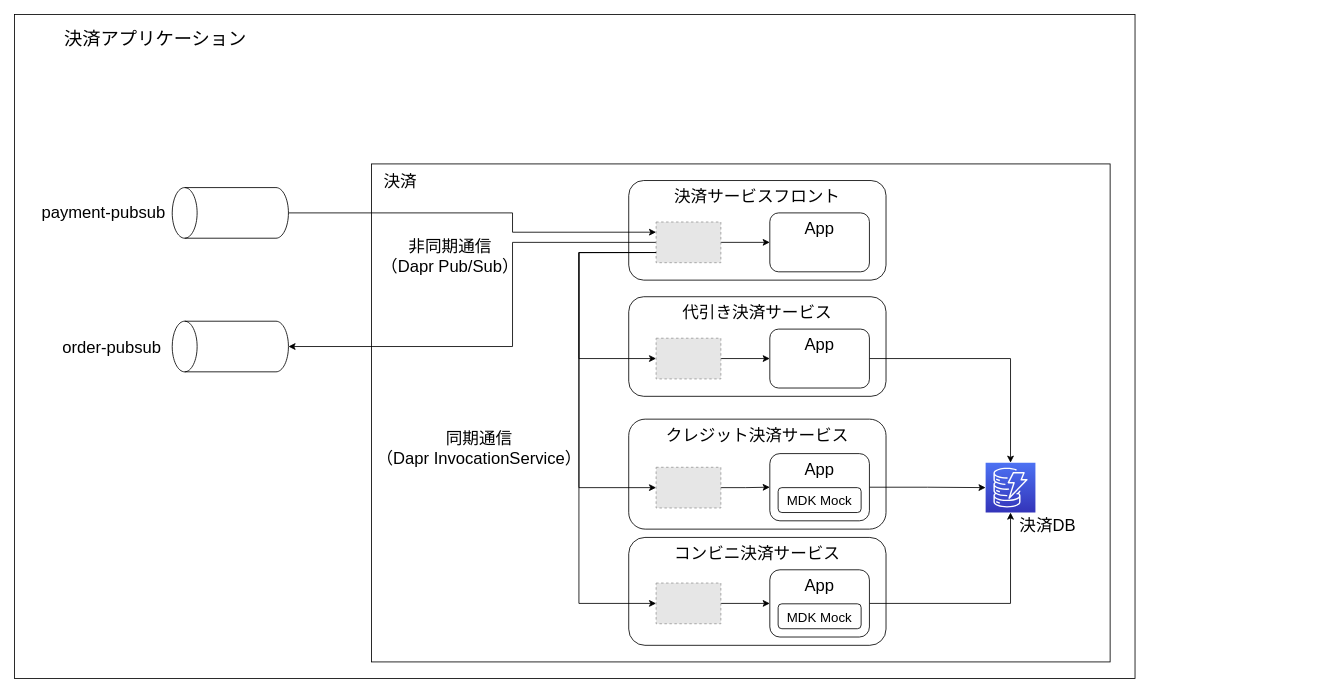
Above: page "current" (1 of 2) of architecture.drawio in nautible/nautible-app-ms-payment (draw.io), before the change. Source tidied: cells renumbered, new cells numbered last; positions are measured from the earlier drawing's top-left corner, leaving out a move shared by most shapes. Both pictures are drawn from the tidied source at 83%, with x=0, y=0 at pixel (14, 14). Pictures stored in the file or linked from it are replaced by grey dashed boxes.
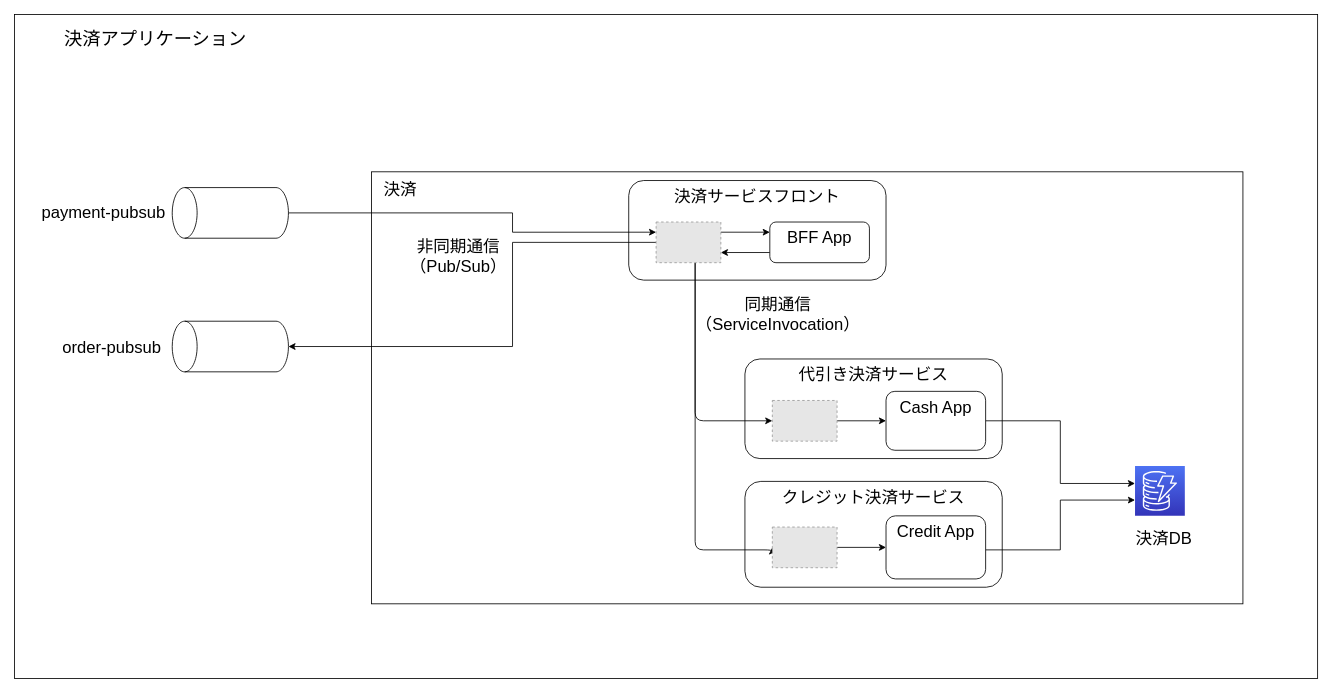
After the change.

Unchanged cells that the change refers to:
```xml
<mxCell id="14" style="fillColor=#E6E6E6;strokeColor=#999999;dashed=1;verticalLabelPosition=bottom;labelBackgroundColor=#ffffff;verticalAlign=top;" parent="1" vertex="1">
  <mxGeometry x="773" y="250" width="78" height="49" as="geometry" />
</mxCell>
<mxCell id="36" style="shape=cylinder3;whiteSpace=wrap;html=1;boundedLbl=1;backgroundOutline=1;size=15;align=center;direction=north;" parent="1" vertex="1">
  <mxGeometry x="190" y="369.5" width="140" height="61" as="geometry" />
</mxCell>
```

What changed in the source:
```diff
@@
     <mxCell id="2" style="rounded=0;whiteSpace=wrap;html=1;" parent="1" vertex="1">
-      <mxGeometry width="1350" height="800" as="geometry" />
+      <mxGeometry width="1570" height="800" as="geometry" />
     </mxCell>
     <mxCell id="3" style="rounded=0;whiteSpace=wrap;html=1;" parent="1" vertex="1">
-      <mxGeometry x="430" y="180" width="890" height="600" as="geometry" />
+      <mxGeometry x="430" y="189.5" width="1050" height="520.5" as="geometry" />
     </mxCell>
@@
     <mxCell id="5" value="&lt;span style=&quot;font-size: 20px&quot;&gt;決済&lt;/span&gt;" style="text;html=1;strokeColor=none;fillColor=none;align=center;verticalAlign=middle;whiteSpace=wrap;rounded=0;dashed=1;" parent="1" vertex="1">
-      <mxGeometry x="430" y="180" width="70" height="40" as="geometry" />
+      <mxGeometry x="430" y="189.5" width="70" height="40" as="geometry" />
     </mxCell>
     <mxCell id="6" value="&lt;span style=&quot;font-size: 20px&quot;&gt;代引き決済サービス&lt;/span&gt;" style="rounded=1;whiteSpace=wrap;html=1;align=center;verticalAlign=top;" parent="1" vertex="1">
-      <mxGeometry x="740" y="340" width="310" height="120" as="geometry" />
+      <mxGeometry x="880" y="415" width="310" height="120" as="geometry" />
     </mxCell>
@@
     <mxCell id="8" value="&lt;span style=&quot;font-size: 20px&quot;&gt;クレジット決済サービス&lt;/span&gt;" style="rounded=1;whiteSpace=wrap;html=1;align=center;verticalAlign=top;" parent="1" vertex="1">
-      <mxGeometry x="740" y="487.5" width="310" height="132.5" as="geometry" />
+      <mxGeometry x="880" y="562.5" width="310" height="127.5" as="geometry" />
     </mxCell>
-    <mxCell id="9" value="&lt;span style=&quot;font-size: 20px&quot;&gt;コンビニ決済サービス&lt;/span&gt;" style="rounded=1;whiteSpace=wrap;html=1;align=center;verticalAlign=top;" parent="1" vertex="1">
-      <mxGeometry x="740" y="630" width="310" height="130" as="geometry" />
-    </mxCell>
@@
-    <mxCell id="11" style="edgeStyle=orthogonalEdgeStyle;rounded=0;jettySize=auto;html=1;entryX=0;entryY=0.5;entryDx=0;entryDy=0;" parent="1" edge="1" source="14" target="23">
+    <mxCell id="11" style="edgeStyle=orthogonalEdgeStyle;rounded=0;jettySize=auto;html=1;entryX=1;entryY=0.75;entryDx=0;entryDy=0;exitX=0;exitY=0.75;exitDx=0;exitDy=0;" parent="1" edge="1" source="23" target="14">
       <mxGeometry relative="1" as="geometry" />
     </mxCell>
+    <mxCell id="13" style="edgeStyle=orthogonalEdgeStyle;rounded=0;jettySize=auto;html=1;entryX=0.5;entryY=1;entryDx=0;entryDy=0;entryPerimeter=0;" parent="1" edge="1" source="14" target="36">
+      <mxGeometry relative="1" as="geometry">
+        <Array as="points">
+          <mxPoint x="600" y="275" />
+          <mxPoint x="600" y="400" />
+        </Array>
+      </mxGeometry>
+    </mxCell>
-    <mxCell id="12" style="edgeStyle=orthogonalEdgeStyle;rounded=0;jettySize=auto;html=1;entryX=0;entryY=0.5;entryDx=0;entryDy=0;exitX=0;exitY=0.75;exitDx=0;exitDy=0;" parent="1" edge="1" source="14" target="16">
+    <mxCell id="12" style="edgeStyle=orthogonalEdgeStyle;html=1;entryX=0;entryY=0.5;entryDx=0;entryDy=0;" parent="1" edge="1" source="14" target="16">
       <mxGeometry relative="1" as="geometry">
         <Array as="points">
-          <mxPoint x="680" y="287" />
-          <mxPoint x="680" y="415" />
+          <mxPoint x="820" y="490" />
         </Array>
       </mxGeometry>
     </mxCell>
-    <mxCell id="13" style="edgeStyle=orthogonalEdgeStyle;rounded=0;jettySize=auto;html=1;entryX=0.5;entryY=1;entryDx=0;entryDy=0;entryPerimeter=0;" parent="1" edge="1" source="14" target="36">
-      <mxGeometry relative="1" as="geometry">
-        <Array as="points">
-          <mxPoint x="600" y="275" />
-          <mxPoint x="600" y="400" />
-        </Array>
-      </mxGeometry>
-    </mxCell>
+    <mxCell id="38" style="edgeStyle=orthogonalEdgeStyle;html=1;entryX=0;entryY=0.5;entryDx=0;entryDy=0;" parent="1" edge="1" source="14" target="18">
+      <mxGeometry relative="1" as="geometry">
+        <Array as="points">
+          <mxPoint x="820" y="645" />
+        </Array>
+      </mxGeometry>
+    </mxCell>
+    <mxCell id="40" style="edgeStyle=orthogonalEdgeStyle;html=1;entryX=0;entryY=0.25;entryDx=0;entryDy=0;exitX=1;exitY=0.25;exitDx=0;exitDy=0;" parent="1" edge="1" source="14" target="23">
+      <mxGeometry relative="1" as="geometry" />
+    </mxCell>
@@
     <mxCell id="16" style="fillColor=#E6E6E6;strokeColor=#999999;dashed=1;verticalLabelPosition=bottom;labelBackgroundColor=#ffffff;verticalAlign=top;" parent="1" vertex="1">
-      <mxGeometry x="773" y="390" width="78" height="49" as="geometry" />
+      <mxGeometry x="913" y="465" width="78" height="49" as="geometry" />
     </mxCell>
@@
     <mxCell id="18" style="fillColor=#E6E6E6;strokeColor=#999999;dashed=1;verticalLabelPosition=bottom;labelBackgroundColor=#ffffff;verticalAlign=top;" parent="1" vertex="1">
-      <mxGeometry x="773" y="545.5" width="78" height="49" as="geometry" />
+      <mxGeometry x="913" y="617.5" width="78" height="49" as="geometry" />
     </mxCell>
-    <mxCell id="19" style="edgeStyle=orthogonalEdgeStyle;rounded=0;jettySize=auto;html=1;entryX=0;entryY=0.5;entryDx=0;entryDy=0;" parent="1" edge="1" source="20" target="27">
-      <mxGeometry relative="1" as="geometry" />
-    </mxCell>
-    <mxCell id="20" style="fillColor=#E6E6E6;strokeColor=#999999;dashed=1;verticalLabelPosition=bottom;labelBackgroundColor=#ffffff;verticalAlign=top;" parent="1" vertex="1">
-      <mxGeometry x="773" y="685" width="78" height="49" as="geometry" />
-    </mxCell>
@@
-    <mxCell id="23" value="&lt;span style=&quot;font-size: 20px&quot;&gt;App&lt;/span&gt;" style="rounded=1;whiteSpace=wrap;html=1;align=center;verticalAlign=top;" parent="1" vertex="1">
-      <mxGeometry x="910" y="239" width="120" height="71" as="geometry" />
-    </mxCell>
-    <mxCell id="24" style="edgeStyle=orthogonalEdgeStyle;rounded=0;jettySize=auto;html=1;" parent="1" edge="1" source="25" target="28">
-      <mxGeometry relative="1" as="geometry" />
+    <mxCell id="24" style="edgeStyle=orthogonalEdgeStyle;rounded=0;jettySize=auto;html=1;" parent="1" edge="1" source="25">
+      <mxGeometry relative="1" as="geometry">
+        <mxPoint x="1350" y="585" as="targetPoint" />
+        <Array as="points">
+          <mxPoint x="1260" y="645" />
+          <mxPoint x="1260" y="585" />
+        </Array>
+      </mxGeometry>
     </mxCell>
-    <mxCell id="25" value="&lt;span style=&quot;font-size: 20px&quot;&gt;App&lt;/span&gt;" style="rounded=1;whiteSpace=wrap;html=1;align=center;verticalAlign=top;" parent="1" vertex="1">
-      <mxGeometry x="910" y="529" width="120" height="81" as="geometry" />
+    <mxCell id="25" value="&lt;span style=&quot;font-size: 20px&quot;&gt;Credit App&lt;br&gt;&lt;/span&gt;" style="rounded=1;whiteSpace=wrap;html=1;align=center;verticalAlign=top;" parent="1" vertex="1">
+      <mxGeometry x="1050" y="604" width="120" height="76" as="geometry" />
     </mxCell>
-    <mxCell id="26" style="edgeStyle=orthogonalEdgeStyle;rounded=0;jettySize=auto;html=1;" parent="1" edge="1" source="27" target="28">
-      <mxGeometry relative="1" as="geometry" />
-    </mxCell>
-    <mxCell id="27" value="&lt;span style=&quot;font-size: 20px&quot;&gt;App&lt;/span&gt;" style="rounded=1;whiteSpace=wrap;html=1;align=center;verticalAlign=top;" parent="1" vertex="1">
-      <mxGeometry x="910" y="669" width="120" height="81" as="geometry" />
-    </mxCell>
     <mxCell id="28" style="outlineConnect=0;fontColor=#232F3E;gradientColor=#4D72F3;gradientDirection=north;fillColor=#3334B9;strokeColor=#ffffff;dashed=0;verticalLabelPosition=bottom;verticalAlign=top;align=center;html=1;fontSize=12;fontStyle=0;shape=mxgraph.aws4.resourceIcon;resIcon=mxgraph.aws4.dynamodb;" parent="1" vertex="1">
-      <mxGeometry x="1170" y="540" width="60" height="60" as="geometry" />
+      <mxGeometry x="1350" y="544" width="60" height="60" as="geometry" />
     </mxCell>
-    <mxCell id="29" style="edgeStyle=orthogonalEdgeStyle;rounded=0;jettySize=auto;html=1;" parent="1" edge="1" source="30" target="28">
+    <mxCell id="29" style="edgeStyle=orthogonalEdgeStyle;rounded=0;jettySize=auto;html=1;entryX=0;entryY=0.35;entryDx=0;entryDy=0;entryPerimeter=0;" parent="1" edge="1" source="30" target="28">
       <mxGeometry relative="1" as="geometry" />
     </mxCell>
-    <mxCell id="30" value="&lt;span style=&quot;font-size: 20px&quot;&gt;App&lt;/span&gt;" style="rounded=1;whiteSpace=wrap;html=1;align=center;verticalAlign=top;" parent="1" vertex="1">
-      <mxGeometry x="910" y="379" width="120" height="71" as="geometry" />
+    <mxCell id="30" value="&lt;span style=&quot;font-size: 20px&quot;&gt;Cash App&lt;br&gt;&lt;/span&gt;" style="rounded=1;whiteSpace=wrap;html=1;align=center;verticalAlign=top;" parent="1" vertex="1">
+      <mxGeometry x="1050" y="454" width="120" height="71" as="geometry" />
     </mxCell>
     <mxCell id="31" value="&lt;span style=&quot;font-size: 20px&quot;&gt;決済DB&lt;/span&gt;" style="text;html=1;strokeColor=none;fillColor=none;align=center;verticalAlign=middle;whiteSpace=wrap;rounded=0;dashed=1;" parent="1" vertex="1">
-      <mxGeometry x="1200" y="594.5" width="90" height="40" as="geometry" />
+      <mxGeometry x="1340" y="610" width="90" height="40" as="geometry" />
     </mxCell>
-    <mxCell id="32" value="&lt;span style=&quot;font-size: 20px&quot;&gt;同期通信&lt;br&gt;（Dapr InvocationService）&lt;/span&gt;" style="text;html=1;strokeColor=none;fillColor=none;align=center;verticalAlign=middle;whiteSpace=wrap;rounded=0;dashed=1;" parent="1" vertex="1">
-      <mxGeometry x="430" y="461" width="260" height="122.5" as="geometry" />
+    <mxCell id="32" value="&lt;span style=&quot;font-size: 20px&quot;&gt;同期通信&lt;br&gt;（&lt;/span&gt;&lt;span style=&quot;font-size: 20px&quot;&gt;Service&lt;/span&gt;&lt;span style=&quot;font-size: 20px&quot;&gt;Invocation）&lt;/span&gt;" style="text;html=1;strokeColor=none;fillColor=none;align=center;verticalAlign=middle;whiteSpace=wrap;rounded=0;dashed=1;" parent="1" vertex="1">
+      <mxGeometry x="790" y="299" width="260" height="122.5" as="geometry" />
     </mxCell>
-    <mxCell id="33" value="&lt;span style=&quot;font-size: 20px&quot;&gt;非同期通信&lt;br&gt;（Dapr Pub/Sub）&lt;br&gt;&lt;/span&gt;" style="text;html=1;strokeColor=none;fillColor=none;align=center;verticalAlign=middle;whiteSpace=wrap;rounded=0;dashed=1;" parent="1" vertex="1">
-      <mxGeometry x="420" y="230" width="210" height="122.5" as="geometry" />
+    <mxCell id="33" value="&lt;span style=&quot;font-size: 20px&quot;&gt;非同期通信&lt;br&gt;（Pub/Sub）&lt;br&gt;&lt;/span&gt;" style="text;html=1;strokeColor=none;fillColor=none;align=center;verticalAlign=middle;whiteSpace=wrap;rounded=0;dashed=1;" parent="1" vertex="1">
+      <mxGeometry x="430" y="230" width="210" height="122.5" as="geometry" />
     </mxCell>
-    <mxCell id="34" value="&lt;font style=&quot;font-size: 16px&quot;&gt;MDK Mock&lt;/font&gt;" style="rounded=1;whiteSpace=wrap;html=1;align=center;verticalAlign=top;" parent="1" vertex="1">
-      <mxGeometry x="920" y="710" width="100" height="30" as="geometry" />
-    </mxCell>
-    <mxCell id="35" value="&lt;font style=&quot;font-size: 16px&quot;&gt;MDK Mock&lt;/font&gt;" style="rounded=1;whiteSpace=wrap;html=1;align=center;verticalAlign=top;" parent="1" vertex="1">
-      <mxGeometry x="920" y="570" width="100" height="30" as="geometry" />
-    </mxCell>
@@
-    <mxCell id="38" style="edgeStyle=orthogonalEdgeStyle;rounded=0;jettySize=auto;html=1;entryX=0;entryY=0.5;entryDx=0;entryDy=0;exitX=0;exitY=0.75;exitDx=0;exitDy=0;" parent="1" edge="1" source="14" target="18">
-      <mxGeometry relative="1" as="geometry">
-        <Array as="points">
-          <mxPoint x="680" y="287" />
-          <mxPoint x="680" y="570" />
-        </Array>
-      </mxGeometry>
-    </mxCell>
-    <mxCell id="39" style="edgeStyle=orthogonalEdgeStyle;rounded=0;jettySize=auto;html=1;entryX=0;entryY=0.5;entryDx=0;entryDy=0;exitX=0;exitY=0.75;exitDx=0;exitDy=0;" parent="1" edge="1" source="14" target="20">
-      <mxGeometry relative="1" as="geometry">
-        <Array as="points">
-          <mxPoint x="680" y="287" />
-          <mxPoint x="680" y="710" />
-        </Array>
-      </mxGeometry>
-    </mxCell>
+    <mxCell id="23" value="&lt;span style=&quot;font-size: 20px&quot;&gt;BFF App&lt;br&gt;&lt;/span&gt;" style="rounded=1;whiteSpace=wrap;html=1;align=center;verticalAlign=top;" parent="1" vertex="1">
+      <mxGeometry x="910" y="250" width="120" height="49" as="geometry" />
+    </mxCell>
```
